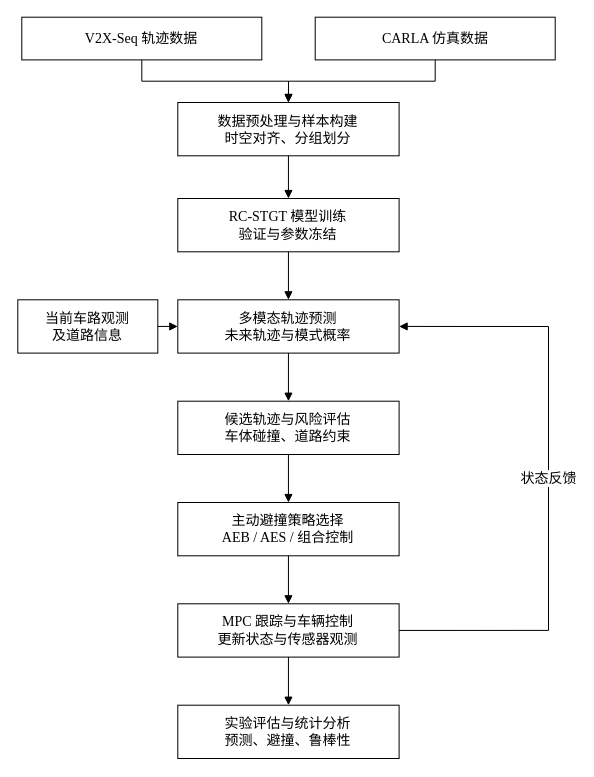
This is page "系统总体技术路线" (1 of 6) of docs/figures/flowcharts_paper_2026-10-26/论文流程图.drawio from AaaBinfinity/OccluActiSafe, a draw.io file, before an edit. Source tidied: cells renumbered, new cells numbered last; positions are measured from the earlier drawing's top-left corner, leaving out a move shared by most shapes. Both pictures are drawn from the tidied source at 100%, with x=0, y=0 at pixel (17, 17).
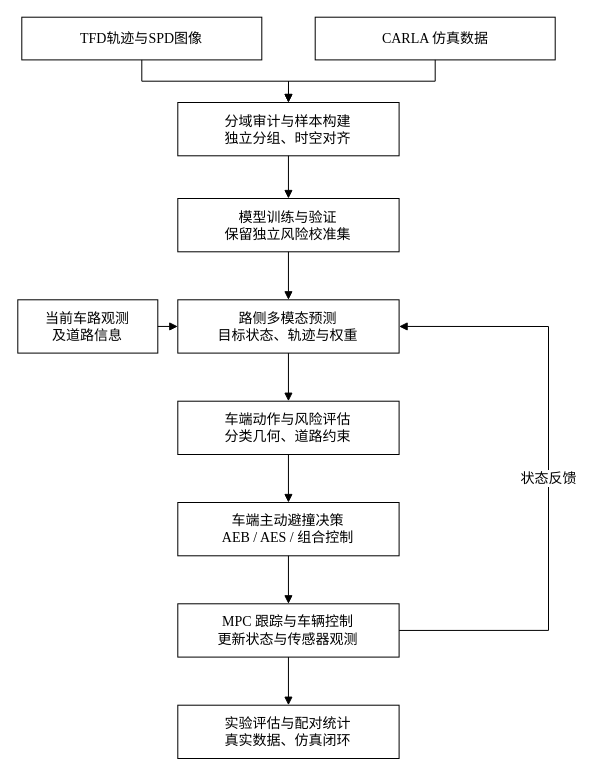
Above is the later version.

The edit, as a diff of the source:
```diff
@@
-    <mxCell id="2" value="&lt;span style=&quot;white-space:pre;font-family:Times New Roman&quot;&gt;V2X-Seq &lt;/span&gt;&lt;span style=&quot;white-space:pre;font-family:SimSun&quot;&gt;轨迹数据&lt;/span&gt;" style="shape=rectangle;rounded=0;whiteSpace=wrap;html=1;fillColor=#ffffff;strokeColor=#000000;strokeWidth=1;fontColor=#000000;fontFamily=SimSun;fontSize=14;align=center;verticalAlign=middle;" parent="1" vertex="1">
+    <mxCell id="2" value="&lt;span style=&quot;white-space:pre;font-family:Times New Roman&quot;&gt;TFD&lt;/span&gt;&lt;span style=&quot;white-space:pre;font-family:SimSun&quot;&gt;轨迹与&lt;/span&gt;&lt;span style=&quot;white-space:pre;font-family:Times New Roman&quot;&gt;SPD&lt;/span&gt;&lt;span style=&quot;white-space:pre;font-family:SimSun&quot;&gt;图像&lt;/span&gt;" style="shape=rectangle;rounded=0;whiteSpace=wrap;html=1;fillColor=#ffffff;strokeColor=#000000;strokeWidth=1;fontColor=#000000;fontFamily=SimSun;fontSize=14;align=center;verticalAlign=middle;" parent="1" vertex="1">
       <mxGeometry x="4.3" y="-0.3" width="240" height="42.7" as="geometry" />
     </mxCell>
@@
-    <mxCell id="4" value="&lt;span style=&quot;white-space:pre;font-family:SimSun&quot;&gt;数据预处理与样本构建&lt;/span&gt;&lt;br&gt;&lt;span style=&quot;white-space:pre;font-family:SimSun&quot;&gt;时空对齐、分组划分&lt;/span&gt;" style="shape=rectangle;rounded=0;whiteSpace=wrap;html=1;fillColor=#ffffff;strokeColor=#000000;strokeWidth=1;fontColor=#000000;fontFamily=SimSun;fontSize=14;align=center;verticalAlign=middle;" parent="1" vertex="1">
+    <mxCell id="4" value="&lt;span style=&quot;white-space:pre;font-family:SimSun&quot;&gt;分域审计与样本构建&lt;/span&gt;&lt;br&gt;&lt;span style=&quot;white-space:pre;font-family:SimSun&quot;&gt;独立分组、时空对齐&lt;/span&gt;" style="shape=rectangle;rounded=0;whiteSpace=wrap;html=1;fillColor=#ffffff;strokeColor=#000000;strokeWidth=1;fontColor=#000000;fontFamily=SimSun;fontSize=14;align=center;verticalAlign=middle;" parent="1" vertex="1">
       <mxGeometry x="160.3" y="85" width="221.3" height="53.3" as="geometry" />
     </mxCell>
-    <mxCell id="5" value="&lt;span style=&quot;white-space:pre;font-family:Times New Roman&quot;&gt;RC-STGT &lt;/span&gt;&lt;span style=&quot;white-space:pre;font-family:SimSun&quot;&gt;模型训练&lt;/span&gt;&lt;br&gt;&lt;span style=&quot;white-space:pre;font-family:SimSun&quot;&gt;验证与参数冻结&lt;/span&gt;" style="shape=rectangle;rounded=0;whiteSpace=wrap;html=1;fillColor=#ffffff;strokeColor=#000000;strokeWidth=1;fontColor=#000000;fontFamily=SimSun;fontSize=14;align=center;verticalAlign=middle;" parent="1" vertex="1">
+    <mxCell id="5" value="&lt;span style=&quot;white-space:pre;font-family:SimSun&quot;&gt;模型训练与验证&lt;/span&gt;&lt;br&gt;&lt;span style=&quot;white-space:pre;font-family:SimSun&quot;&gt;保留独立风险校准集&lt;/span&gt;" style="shape=rectangle;rounded=0;whiteSpace=wrap;html=1;fillColor=#ffffff;strokeColor=#000000;strokeWidth=1;fontColor=#000000;fontFamily=SimSun;fontSize=14;align=center;verticalAlign=middle;" parent="1" vertex="1">
       <mxGeometry x="160.3" y="181" width="221.3" height="53.3" as="geometry" />
     </mxCell>
@@
-    <mxCell id="7" value="&lt;span style=&quot;white-space:pre;font-family:SimSun&quot;&gt;多模态轨迹预测&lt;/span&gt;&lt;br&gt;&lt;span style=&quot;white-space:pre;font-family:SimSun&quot;&gt;未来轨迹与模式概率&lt;/span&gt;" style="shape=rectangle;rounded=0;whiteSpace=wrap;html=1;fillColor=#ffffff;strokeColor=#000000;strokeWidth=1;fontColor=#000000;fontFamily=SimSun;fontSize=14;align=center;verticalAlign=middle;" parent="1" vertex="1">
+    <mxCell id="7" value="&lt;span style=&quot;white-space:pre;font-family:SimSun&quot;&gt;路侧多模态预测&lt;/span&gt;&lt;br&gt;&lt;span style=&quot;white-space:pre;font-family:SimSun&quot;&gt;目标状态、轨迹与权重&lt;/span&gt;" style="shape=rectangle;rounded=0;whiteSpace=wrap;html=1;fillColor=#ffffff;strokeColor=#000000;strokeWidth=1;fontColor=#000000;fontFamily=SimSun;fontSize=14;align=center;verticalAlign=middle;" parent="1" vertex="1">
       <mxGeometry x="160.3" y="282.3" width="221.3" height="53.3" as="geometry" />
     </mxCell>
-    <mxCell id="8" value="&lt;span style=&quot;white-space:pre;font-family:SimSun&quot;&gt;候选轨迹与风险评估&lt;/span&gt;&lt;br&gt;&lt;span style=&quot;white-space:pre;font-family:SimSun&quot;&gt;车体碰撞、道路约束&lt;/span&gt;" style="shape=rectangle;rounded=0;whiteSpace=wrap;html=1;fillColor=#ffffff;strokeColor=#000000;strokeWidth=1;fontColor=#000000;fontFamily=SimSun;fontSize=14;align=center;verticalAlign=middle;" parent="1" vertex="1">
+    <mxCell id="8" value="&lt;span style=&quot;white-space:pre;font-family:SimSun&quot;&gt;车端动作与风险评估&lt;/span&gt;&lt;br&gt;&lt;span style=&quot;white-space:pre;font-family:SimSun&quot;&gt;分类几何、道路约束&lt;/span&gt;" style="shape=rectangle;rounded=0;whiteSpace=wrap;html=1;fillColor=#ffffff;strokeColor=#000000;strokeWidth=1;fontColor=#000000;fontFamily=SimSun;fontSize=14;align=center;verticalAlign=middle;" parent="1" vertex="1">
       <mxGeometry x="160.3" y="383.7" width="221.3" height="53.3" as="geometry" />
     </mxCell>
-    <mxCell id="9" value="&lt;span style=&quot;white-space:pre;font-family:SimSun&quot;&gt;主动避撞策略选择&lt;/span&gt;&lt;br&gt;&lt;span style=&quot;white-space:pre;font-family:Times New Roman&quot;&gt;AEB / AES / &lt;/span&gt;&lt;span style=&quot;white-space:pre;font-family:SimSun&quot;&gt;组合控制&lt;/span&gt;" style="shape=rectangle;rounded=0;whiteSpace=wrap;html=1;fillColor=#ffffff;strokeColor=#000000;strokeWidth=1;fontColor=#000000;fontFamily=SimSun;fontSize=14;align=center;verticalAlign=middle;" parent="1" vertex="1">
+    <mxCell id="9" value="&lt;span style=&quot;white-space:pre;font-family:SimSun&quot;&gt;车端主动避撞决策&lt;/span&gt;&lt;br&gt;&lt;span style=&quot;white-space:pre;font-family:Times New Roman&quot;&gt;AEB / AES / &lt;/span&gt;&lt;span style=&quot;white-space:pre;font-family:SimSun&quot;&gt;组合控制&lt;/span&gt;" style="shape=rectangle;rounded=0;whiteSpace=wrap;html=1;fillColor=#ffffff;strokeColor=#000000;strokeWidth=1;fontColor=#000000;fontFamily=SimSun;fontSize=14;align=center;verticalAlign=middle;" parent="1" vertex="1">
       <mxGeometry x="160.3" y="485" width="221.3" height="53.3" as="geometry" />
     </mxCell>
@@
-    <mxCell id="11" value="&lt;span style=&quot;white-space:pre;font-family:SimSun&quot;&gt;实验评估与统计分析&lt;/span&gt;&lt;br&gt;&lt;span style=&quot;white-space:pre;font-family:SimSun&quot;&gt;预测、避撞、鲁棒性&lt;/span&gt;" style="shape=rectangle;rounded=0;whiteSpace=wrap;html=1;fillColor=#ffffff;strokeColor=#000000;strokeWidth=1;fontColor=#000000;fontFamily=SimSun;fontSize=14;align=center;verticalAlign=middle;" parent="1" vertex="1">
+    <mxCell id="11" value="&lt;span style=&quot;white-space:pre;font-family:SimSun&quot;&gt;实验评估与配对统计&lt;/span&gt;&lt;br&gt;&lt;span style=&quot;white-space:pre;font-family:SimSun&quot;&gt;真实数据、仿真闭环&lt;/span&gt;" style="shape=rectangle;rounded=0;whiteSpace=wrap;html=1;fillColor=#ffffff;strokeColor=#000000;strokeWidth=1;fontColor=#000000;fontFamily=SimSun;fontSize=14;align=center;verticalAlign=middle;" parent="1" vertex="1">
       <mxGeometry x="160.3" y="687.7" width="221.3" height="53.3" as="geometry" />
     </mxCell>
```
